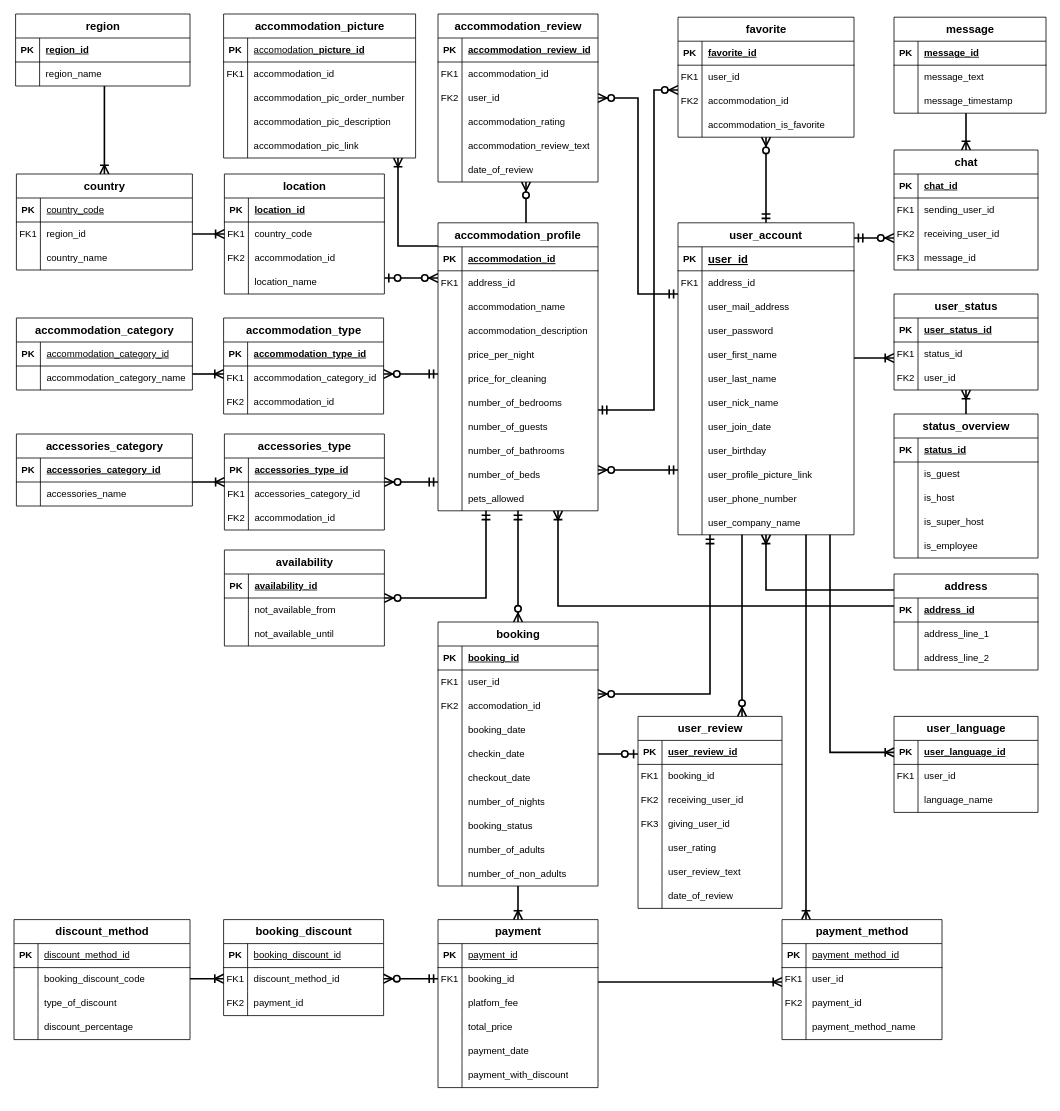
DaSteff91/SQL_Repo keeps this draw.io diagram as Steffbnb.drawio. Above is the earlier version. Source tidied: cells renumbered, new cells numbered last; positions are measured from the earlier drawing's top-left corner, leaving out a move shared by most shapes. Both pictures are drawn from the tidied source at 80%, with x=0, y=0 at pixel (14, 14).
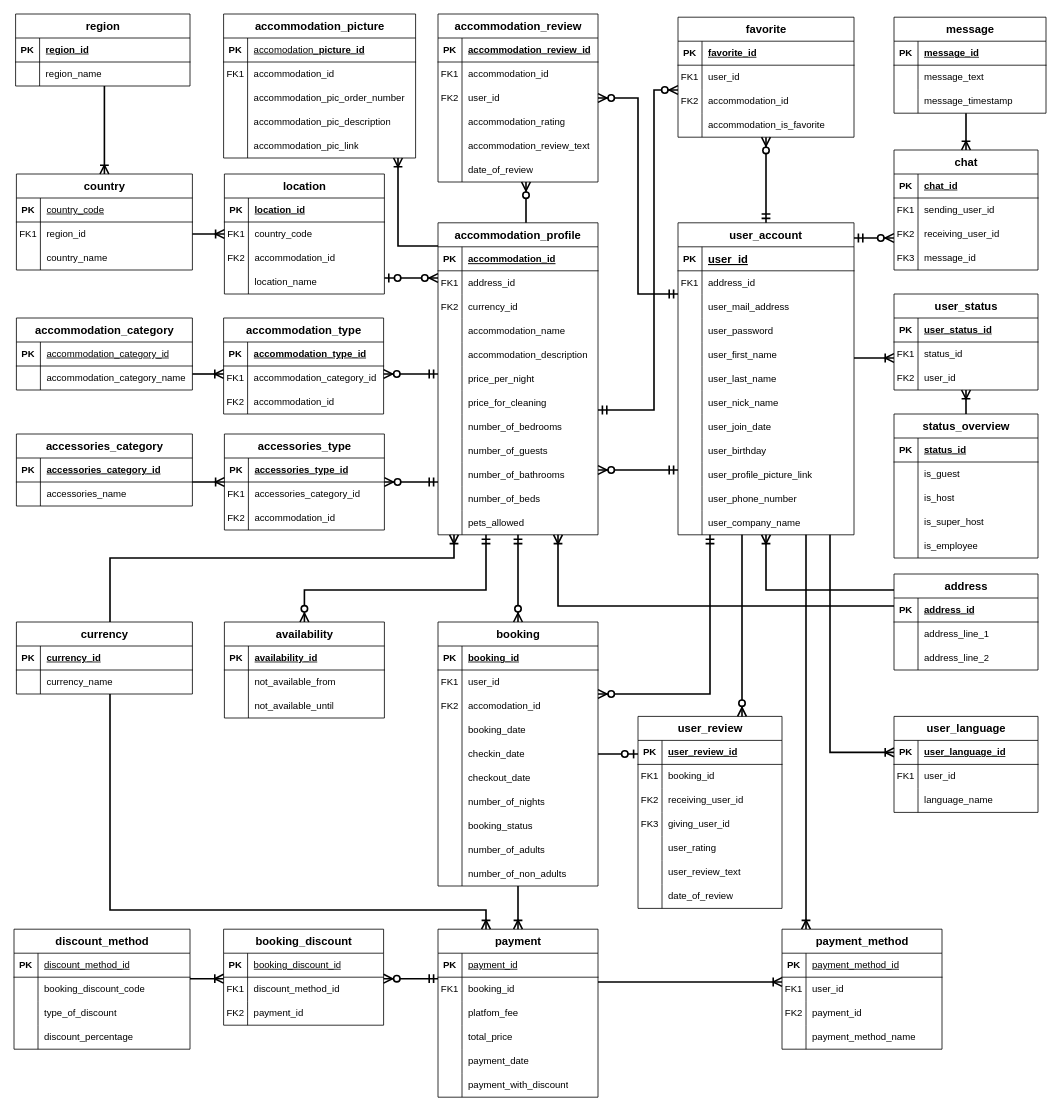
After the change.

Commit message:
Added a currency table

What changed in the source:
```diff
@@
     <mxCell id="39" value="accommodation_profile" style="shape=table;startSize=30;childLayout=tableLayout;rowLines=0;fontStyle=1;align=center;fontSize=14;labelBackgroundColor=none;" parent="1" vertex="1">
-      <mxGeometry x="530" y="261" width="200" height="360" as="geometry" />
+      <mxGeometry x="530" y="261" width="200" height="390" as="geometry" />
     </mxCell>
@@
+    <mxCell id="402" style="shape=partialRectangle;fillColor=none;top=0;left=0;right=0;bottom=0;labelBackgroundColor=none;" parent="39" vertex="1">
+      <mxGeometry y="90" width="200" height="30" as="geometry" />
+    </mxCell>
+    <mxCell id="403" value="FK2" style="shape=partialRectangle;overflow=hidden;fillColor=none;top=0;left=0;bottom=0;right=0;labelBackgroundColor=none;" parent="402" vertex="1">
+      <mxGeometry width="30" height="30" as="geometry" />
+    </mxCell>
+    <mxCell id="404" value="currency_id" style="shape=partialRectangle;overflow=hidden;fillColor=none;top=0;left=0;bottom=0;right=0;align=left;spacingLeft=6;labelBackgroundColor=none;" parent="402" vertex="1">
+      <mxGeometry x="30" width="170" height="30" as="geometry" />
+    </mxCell>
     <mxCell id="46" style="shape=partialRectangle;fillColor=none;top=0;left=0;right=0;bottom=0;labelBackgroundColor=none;" parent="39" vertex="1">
-      <mxGeometry y="90" width="200" height="30" as="geometry" />
+      <mxGeometry y="120" width="200" height="30" as="geometry" />
     </mxCell>
@@
     <mxCell id="49" style="shape=partialRectangle;fillColor=none;top=0;left=0;right=0;bottom=0;labelBackgroundColor=none;" parent="39" vertex="1">
-      <mxGeometry y="120" width="200" height="30" as="geometry" />
+      <mxGeometry y="150" width="200" height="30" as="geometry" />
     </mxCell>
@@
     <mxCell id="52" style="shape=partialRectangle;fillColor=none;top=0;left=0;right=0;bottom=0;labelBackgroundColor=none;" parent="39" vertex="1">
-      <mxGeometry y="150" width="200" height="30" as="geometry" />
+      <mxGeometry y="180" width="200" height="30" as="geometry" />
     </mxCell>
@@
     <mxCell id="55" style="shape=partialRectangle;fillColor=none;top=0;left=0;right=0;bottom=0;labelBackgroundColor=none;" parent="39" vertex="1">
-      <mxGeometry y="180" width="200" height="30" as="geometry" />
+      <mxGeometry y="210" width="200" height="30" as="geometry" />
     </mxCell>
@@
     <mxCell id="58" style="shape=partialRectangle;fillColor=none;top=0;left=0;right=0;bottom=0;labelBackgroundColor=none;" parent="39" vertex="1">
-      <mxGeometry y="210" width="200" height="30" as="geometry" />
+      <mxGeometry y="240" width="200" height="30" as="geometry" />
     </mxCell>
@@
     <mxCell id="61" style="shape=partialRectangle;fillColor=none;top=0;left=0;right=0;bottom=0;labelBackgroundColor=none;" parent="39" vertex="1">
-      <mxGeometry y="240" width="200" height="30" as="geometry" />
+      <mxGeometry y="270" width="200" height="30" as="geometry" />
     </mxCell>
@@
     <mxCell id="64" style="shape=partialRectangle;fillColor=none;top=0;left=0;right=0;bottom=0;labelBackgroundColor=none;" parent="39" vertex="1">
-      <mxGeometry y="270" width="200" height="30" as="geometry" />
+      <mxGeometry y="300" width="200" height="30" as="geometry" />
     </mxCell>
@@
     <mxCell id="67" style="shape=partialRectangle;fillColor=none;top=0;left=0;right=0;bottom=0;labelBackgroundColor=none;" parent="39" vertex="1">
-      <mxGeometry y="300" width="200" height="30" as="geometry" />
+      <mxGeometry y="330" width="200" height="30" as="geometry" />
     </mxCell>
@@
     <mxCell id="70" style="shape=partialRectangle;fillColor=none;top=0;left=0;right=0;bottom=0;labelBackgroundColor=none;" parent="39" vertex="1">
-      <mxGeometry y="330" width="200" height="30" as="geometry" />
+      <mxGeometry y="360" width="200" height="30" as="geometry" />
     </mxCell>
@@
     <mxCell id="120" value="booking_discount" style="shape=table;startSize=30;childLayout=tableLayout;rowLines=0;fontStyle=1;align=center;html=1;fontSize=14;labelBackgroundColor=none;" parent="1" vertex="1">
-      <mxGeometry x="262" y="1132" width="200" height="120" as="geometry" />
+      <mxGeometry x="262" y="1144" width="200" height="120" as="geometry" />
     </mxCell>
@@
     <mxCell id="196" value="availability" style="shape=table;startSize=30;childLayout=tableLayout;rowLines=0;fontStyle=1;align=center;html=1;fontSize=14;labelBackgroundColor=none;" parent="1" vertex="1">
-      <mxGeometry x="263" y="670" width="200" height="120" as="geometry" />
+      <mxGeometry x="263" y="760" width="200" height="120" as="geometry" />
     </mxCell>
@@
     <mxCell id="258" style="edgeStyle=orthogonalEdgeStyle;fontSize=12;html=1;endArrow=ERzeroToMany;startArrow=ERmandOne;rounded=0;strokeWidth=2;align=center;verticalAlign=middle;fontFamily=Helvetica;fontColor=default;labelBackgroundColor=none;startSize=8;endSize=8;" parent="1" edge="1" source="39" target="196">
       <mxGeometry relative="1" as="geometry">
         <Array as="points">
-          <mxPoint x="590" y="730" />
+          <mxPoint x="590" y="720" />
+          <mxPoint x="363" y="720" />
         </Array>
       </mxGeometry>
     </mxCell>
@@
     <mxCell id="272" value="payment" style="shape=table;startSize=30;childLayout=tableLayout;rowLines=0;fontStyle=1;align=center;html=1;fontSize=14;labelBackgroundColor=none;" parent="1" vertex="1">
-      <mxGeometry x="530" y="1132" width="200" height="210" as="geometry" />
+      <mxGeometry x="530" y="1144" width="200" height="210" as="geometry" />
     </mxCell>
@@
     <mxCell id="291" value="discount_method" style="shape=table;startSize=30;childLayout=tableLayout;rowLines=0;fontStyle=1;align=center;html=1;fontSize=14;labelBackgroundColor=none;" parent="1" vertex="1">
-      <mxGeometry y="1132" width="220" height="150" as="geometry" />
+      <mxGeometry y="1144" width="220" height="150" as="geometry" />
     </mxCell>
@@
     <mxCell id="389" value="payment_method" style="shape=table;startSize=30;childLayout=tableLayout;rowLines=0;fontStyle=1;align=center;html=1;fontSize=14;labelBackgroundColor=none;" parent="1" vertex="1">
-      <mxGeometry x="960" y="1132" width="200" height="150" as="geometry" />
+      <mxGeometry x="960" y="1144" width="200" height="150" as="geometry" />
     </mxCell>
@@
+    <mxCell id="405" value="currency" style="shape=table;startSize=30;childLayout=tableLayout;rowLines=0;fontStyle=1;align=center;html=1;fontSize=14;labelBackgroundColor=none;" parent="1" vertex="1">
+      <mxGeometry x="3" y="760" width="220" height="90" as="geometry" />
+    </mxCell>
+    <mxCell id="406" style="shape=tableRow;horizontal=0;startSize=0;swimlaneHead=0;swimlaneBody=0;fillColor=none;top=0;left=0;right=0;bottom=1;labelBackgroundColor=none;" parent="405" vertex="1">
+      <mxGeometry y="30" width="220" height="30" as="geometry" />
+    </mxCell>
+    <mxCell id="407" value="PK" style="shape=partialRectangle;fillColor=none;top=0;left=0;bottom=0;right=0;fontStyle=1;overflow=hidden;whiteSpace=wrap;html=1;labelBackgroundColor=none;" parent="406" vertex="1">
+      <mxGeometry width="30" height="30" as="geometry" />
+    </mxCell>
+    <mxCell id="408" value="&lt;div style=&quot;text-align: center;&quot;&gt;&lt;span style=&quot;background-color: initial; text-wrap-mode: nowrap;&quot;&gt;currency_id&lt;/span&gt;&lt;/div&gt;" style="shape=partialRectangle;fillColor=none;top=0;left=0;bottom=0;right=0;align=left;spacingLeft=6;fontStyle=5;overflow=hidden;whiteSpace=wrap;html=1;labelBackgroundColor=none;" parent="406" vertex="1">
+      <mxGeometry x="30" width="190" height="30" as="geometry" />
+    </mxCell>
+    <mxCell id="409" style="shape=tableRow;horizontal=0;startSize=0;swimlaneHead=0;swimlaneBody=0;fillColor=none;top=0;left=0;right=0;bottom=0;labelBackgroundColor=none;" parent="405" vertex="1">
+      <mxGeometry y="60" width="220" height="30" as="geometry" />
+    </mxCell>
+    <mxCell id="410" style="shape=partialRectangle;fillColor=none;top=0;left=0;bottom=0;right=0;overflow=hidden;whiteSpace=wrap;html=1;labelBackgroundColor=none;" parent="409" vertex="1">
+      <mxGeometry width="30" height="30" as="geometry" />
+    </mxCell>
+    <mxCell id="411" value="&lt;div style=&quot;text-align: center;&quot;&gt;&lt;span style=&quot;background-color: initial; font-weight: 400; text-wrap-mode: nowrap;&quot;&gt;currency_name&lt;/span&gt;&lt;/div&gt;" style="shape=partialRectangle;fillColor=none;top=0;left=0;bottom=0;right=0;align=left;spacingLeft=6;overflow=hidden;whiteSpace=wrap;html=1;fontStyle=1;labelBackgroundColor=none;" parent="409" vertex="1">
+      <mxGeometry x="30" width="190" height="30" as="geometry" />
+    </mxCell>
+    <mxCell id="412" style="fontSize=12;html=1;endArrow=ERoneToMany;rounded=0;startSize=8;endSize=8;strokeWidth=2;edgeStyle=orthogonalEdgeStyle;labelBackgroundColor=none;fontColor=default;" parent="1" edge="1" source="405" target="39">
+      <mxGeometry relative="1" as="geometry">
+        <Array as="points">
+          <mxPoint x="120" y="680" />
+          <mxPoint x="550" y="680" />
+        </Array>
+      </mxGeometry>
+    </mxCell>
+    <mxCell id="413" style="fontSize=12;html=1;endArrow=ERoneToMany;rounded=0;startSize=8;endSize=8;strokeWidth=2;edgeStyle=orthogonalEdgeStyle;labelBackgroundColor=none;fontColor=default;" parent="1" edge="1" source="405" target="272">
+      <mxGeometry relative="1" as="geometry">
+        <Array as="points">
+          <mxPoint x="120" y="1120" />
+          <mxPoint x="590" y="1120" />
+        </Array>
+      </mxGeometry>
+    </mxCell>
```
